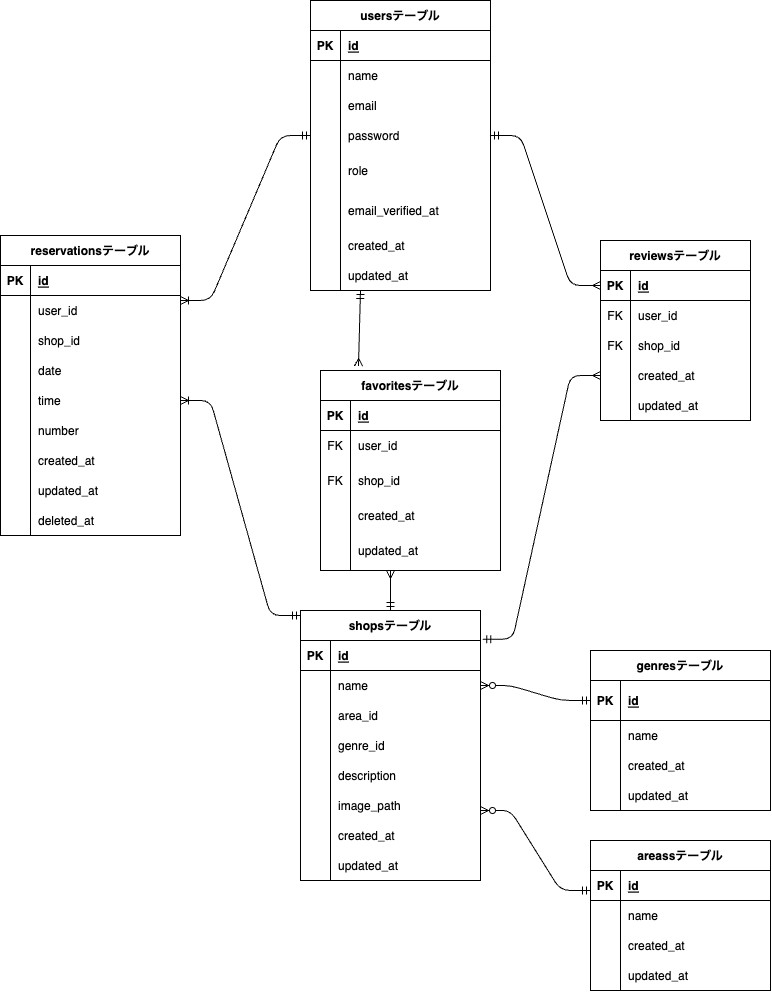
kngshi/sim_rese keeps this draw.io diagram as src/erd.drawio.png. Above is the earlier version. Source tidied: cells renumbered, new cells last; positions are measured from the earlier drawing's top-left corner, leaving out a move shared by most shapes.
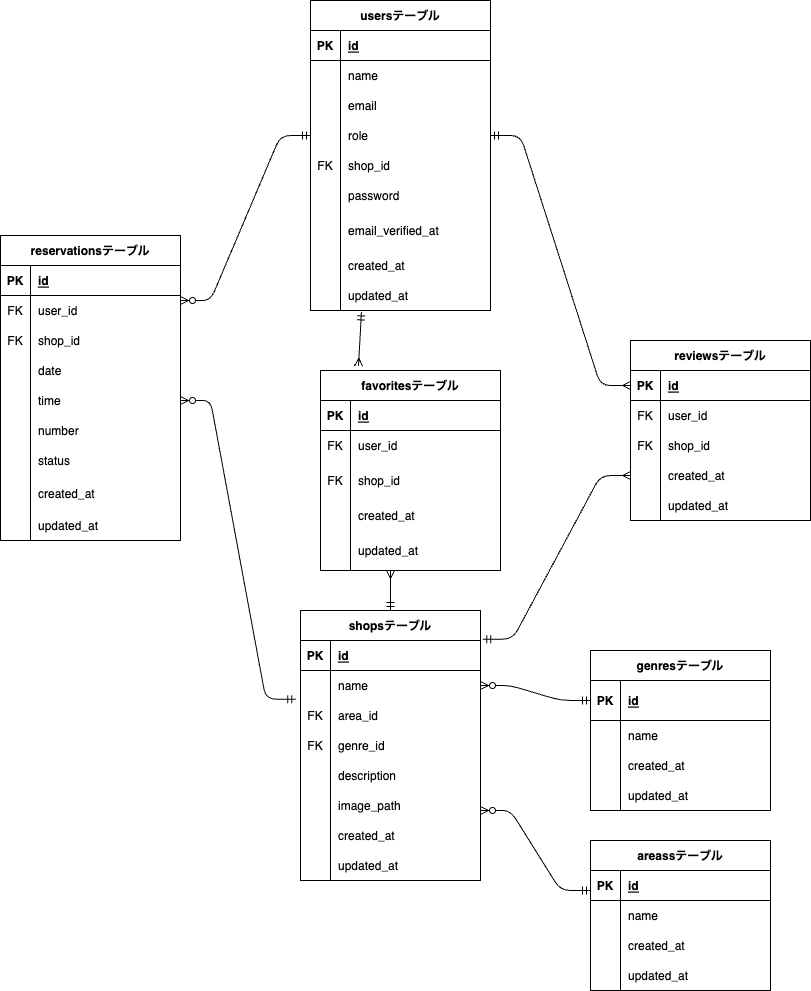
The same diagram one commit later.

The edit, as a diff of the source:
```diff
@@ -3,7 +3,7 @@
     <mxCell id="0" />
     <mxCell id="1" parent="0" />
     <mxCell id="2" value="usersテーブル" style="shape=table;startSize=30;rowLines=0;fontStyle=1;align=center;" parent="1" vertex="1">
-      <mxGeometry x="310" width="180" height="290" as="geometry" />
+      <mxGeometry x="310" width="180" height="310" as="geometry" />
     </mxCell>
     <mxCell id="3" style="shape=tableRow;horizontal=0;startSize=0;swimlaneHead=0;swimlaneBody=0;fillColor=none;top=0;left=0;right=0;bottom=1;" parent="2" vertex="1">
       <mxGeometry y="30" width="180" height="30" as="geometry" />
@@ -38,20 +38,29 @@
     <mxCell id="13" style="shape=partialRectangle;fillColor=none;top=0;left=0;bottom=0;right=0;overflow=hidden;" parent="12" vertex="1">
       <mxGeometry width="30" height="30" as="geometry" />
     </mxCell>
-    <mxCell id="14" value="password" style="shape=partialRectangle;fillColor=none;top=0;left=0;bottom=0;right=0;align=left;spacingLeft=6;overflow=hidden;" parent="12" vertex="1">
+    <mxCell id="14" value="role" style="shape=partialRectangle;fillColor=none;top=0;left=0;bottom=0;right=0;align=left;spacingLeft=6;overflow=hidden;" parent="12" vertex="1">
       <mxGeometry x="30" width="150" height="30" as="geometry" />
     </mxCell>
     <mxCell id="15" style="shape=tableRow;horizontal=0;startSize=0;swimlaneHead=0;swimlaneBody=0;fillColor=none;top=0;left=0;right=0;bottom=0;" parent="2" vertex="1">
-      <mxGeometry y="150" width="180" height="40" as="geometry" />
+      <mxGeometry y="150" width="180" height="30" as="geometry" />
     </mxCell>
-    <mxCell id="16" style="shape=partialRectangle;fillColor=none;top=0;left=0;bottom=0;right=0;overflow=hidden;" parent="15" vertex="1">
-      <mxGeometry width="30" height="40" as="geometry" />
+    <mxCell id="16" value="FK" style="shape=partialRectangle;fillColor=none;top=0;left=0;bottom=0;right=0;overflow=hidden;" parent="15" vertex="1">
+      <mxGeometry width="30" height="30" as="geometry" />
     </mxCell>
-    <mxCell id="17" value="role" style="shape=partialRectangle;fillColor=none;top=0;left=0;bottom=0;right=0;align=left;spacingLeft=6;overflow=hidden;" parent="15" vertex="1">
-      <mxGeometry x="30" width="150" height="40" as="geometry" />
+    <mxCell id="17" value="shop_id" style="shape=partialRectangle;fillColor=none;top=0;left=0;bottom=0;right=0;align=left;spacingLeft=6;overflow=hidden;" parent="15" vertex="1">
+      <mxGeometry x="30" width="150" height="30" as="geometry" />
     </mxCell>
+    <mxCell id="146" style="shape=tableRow;horizontal=0;startSize=0;swimlaneHead=0;swimlaneBody=0;fillColor=none;top=0;left=0;right=0;bottom=0;" parent="2" vertex="1">
+      <mxGeometry y="180" width="180" height="30" as="geometry" />
+    </mxCell>
+    <mxCell id="147" style="shape=partialRectangle;fillColor=none;top=0;left=0;bottom=0;right=0;overflow=hidden;" parent="146" vertex="1">
+      <mxGeometry width="30" height="30" as="geometry" />
+    </mxCell>
+    <mxCell id="148" value="password" style="shape=partialRectangle;fillColor=none;top=0;left=0;bottom=0;right=0;align=left;spacingLeft=6;overflow=hidden;" parent="146" vertex="1">
+      <mxGeometry x="30" width="150" height="30" as="geometry" />
+    </mxCell>
     <mxCell id="18" style="shape=tableRow;horizontal=0;startSize=0;swimlaneHead=0;swimlaneBody=0;fillColor=none;top=0;left=0;right=0;bottom=0;" parent="2" vertex="1">
-      <mxGeometry y="190" width="180" height="40" as="geometry" />
+      <mxGeometry y="210" width="180" height="40" as="geometry" />
     </mxCell>
     <mxCell id="19" style="shape=partialRectangle;fillColor=none;top=0;left=0;bottom=0;right=0;overflow=hidden;" parent="18" vertex="1">
       <mxGeometry width="30" height="40" as="geometry" />
@@ -60,7 +69,7 @@
       <mxGeometry x="30" width="150" height="40" as="geometry" />
     </mxCell>
     <mxCell id="21" style="shape=tableRow;horizontal=0;startSize=0;swimlaneHead=0;swimlaneBody=0;fillColor=none;top=0;left=0;right=0;bottom=0;" parent="2" vertex="1">
-      <mxGeometry y="230" width="180" height="30" as="geometry" />
+      <mxGeometry y="250" width="180" height="30" as="geometry" />
     </mxCell>
     <mxCell id="22" style="shape=partialRectangle;fillColor=none;top=0;left=0;bottom=0;right=0;overflow=hidden;" parent="21" vertex="1">
       <mxGeometry width="30" height="30" as="geometry" />
@@ -69,7 +78,7 @@
       <mxGeometry x="30" width="150" height="30" as="geometry" />
     </mxCell>
     <mxCell id="24" style="shape=tableRow;horizontal=0;startSize=0;swimlaneHead=0;swimlaneBody=0;fillColor=none;points=[[0,0.5],[1,0.5]];portConstraint=eastwest;top=0;left=0;right=0;bottom=0;" parent="2" vertex="1">
-      <mxGeometry y="260" width="180" height="30" as="geometry" />
+      <mxGeometry y="280" width="180" height="30" as="geometry" />
     </mxCell>
     <mxCell id="25" style="shape=partialRectangle;fillColor=none;top=0;left=0;bottom=0;right=0;overflow=hidden;" parent="24" vertex="1">
       <mxGeometry width="30" height="30" as="geometry" />
@@ -156,52 +165,52 @@
       <mxGeometry x="30" width="150" height="30" as="geometry" />
     </mxCell>
     <mxCell id="53" value="reviewsテーブル" style="shape=table;startSize=30;rowLines=0;fontStyle=1;align=center;" parent="1" vertex="1">
-      <mxGeometry x="600" y="240" width="150" height="180" as="geometry" />
+      <mxGeometry x="630" y="340" width="180" height="180" as="geometry" />
     </mxCell>
     <mxCell id="54" style="shape=tableRow;horizontal=0;startSize=0;swimlaneHead=0;swimlaneBody=0;fillColor=none;points=[[0,0.5],[1,0.5]];portConstraint=eastwest;top=0;left=0;right=0;bottom=1;" parent="53" vertex="1">
-      <mxGeometry y="30" width="150" height="30" as="geometry" />
+      <mxGeometry y="30" width="180" height="30" as="geometry" />
     </mxCell>
     <mxCell id="55" value="PK" style="shape=partialRectangle;fillColor=none;top=0;left=0;bottom=0;right=0;fontStyle=1;overflow=hidden;" parent="54" vertex="1">
       <mxGeometry width="30" height="30" as="geometry" />
     </mxCell>
     <mxCell id="56" value="id" style="shape=partialRectangle;fillColor=none;top=0;left=0;bottom=0;right=0;align=left;spacingLeft=6;fontStyle=5;overflow=hidden;" parent="54" vertex="1">
-      <mxGeometry x="30" width="120" height="30" as="geometry" />
+      <mxGeometry x="30" width="150" height="30" as="geometry" />
     </mxCell>
     <mxCell id="57" style="shape=tableRow;horizontal=0;startSize=0;swimlaneHead=0;swimlaneBody=0;fillColor=none;top=0;left=0;right=0;bottom=0;" parent="53" vertex="1">
-      <mxGeometry y="60" width="150" height="30" as="geometry" />
+      <mxGeometry y="60" width="180" height="30" as="geometry" />
     </mxCell>
     <mxCell id="58" value="FK" style="shape=partialRectangle;fillColor=none;top=0;left=0;bottom=0;right=0;overflow=hidden;" parent="57" vertex="1">
       <mxGeometry width="30" height="30" as="geometry" />
     </mxCell>
     <mxCell id="59" value="user_id" style="shape=partialRectangle;fillColor=none;top=0;left=0;bottom=0;right=0;align=left;spacingLeft=6;overflow=hidden;" parent="57" vertex="1">
-      <mxGeometry x="30" width="120" height="30" as="geometry" />
+      <mxGeometry x="30" width="150" height="30" as="geometry" />
     </mxCell>
     <mxCell id="60" style="shape=tableRow;horizontal=0;startSize=0;swimlaneHead=0;swimlaneBody=0;fillColor=none;top=0;left=0;right=0;bottom=0;" parent="53" vertex="1">
-      <mxGeometry y="90" width="150" height="30" as="geometry" />
+      <mxGeometry y="90" width="180" height="30" as="geometry" />
     </mxCell>
     <mxCell id="61" value="FK" style="shape=partialRectangle;fillColor=none;top=0;left=0;bottom=0;right=0;overflow=hidden;" parent="60" vertex="1">
       <mxGeometry width="30" height="30" as="geometry" />
     </mxCell>
     <mxCell id="62" value="shop_id" style="shape=partialRectangle;fillColor=none;top=0;left=0;bottom=0;right=0;align=left;spacingLeft=6;overflow=hidden;" parent="60" vertex="1">
-      <mxGeometry x="30" width="120" height="30" as="geometry" />
+      <mxGeometry x="30" width="150" height="30" as="geometry" />
     </mxCell>
     <mxCell id="63" style="shape=tableRow;horizontal=0;startSize=0;swimlaneHead=0;swimlaneBody=0;fillColor=none;points=[[0,0.5],[1,0.5]];portConstraint=eastwest;top=0;left=0;right=0;bottom=0;" parent="53" vertex="1">
-      <mxGeometry y="120" width="150" height="30" as="geometry" />
+      <mxGeometry y="120" width="180" height="30" as="geometry" />
     </mxCell>
     <mxCell id="64" style="shape=partialRectangle;fillColor=none;top=0;left=0;bottom=0;right=0;overflow=hidden;" parent="63" vertex="1">
       <mxGeometry width="30" height="30" as="geometry" />
     </mxCell>
     <mxCell id="65" value="created_at" style="shape=partialRectangle;fillColor=none;top=0;left=0;bottom=0;right=0;align=left;spacingLeft=6;overflow=hidden;" parent="63" vertex="1">
-      <mxGeometry x="30" width="120" height="30" as="geometry" />
+      <mxGeometry x="30" width="150" height="30" as="geometry" />
     </mxCell>
     <mxCell id="66" style="shape=tableRow;horizontal=0;startSize=0;swimlaneHead=0;swimlaneBody=0;fillColor=none;top=0;left=0;right=0;bottom=0;" parent="53" vertex="1">
-      <mxGeometry y="150" width="150" height="30" as="geometry" />
+      <mxGeometry y="150" width="180" height="30" as="geometry" />
     </mxCell>
     <mxCell id="67" style="shape=partialRectangle;fillColor=none;top=0;left=0;bottom=0;right=0;overflow=hidden;" parent="66" vertex="1">
       <mxGeometry width="30" height="30" as="geometry" />
     </mxCell>
     <mxCell id="68" value="updated_at" style="shape=partialRectangle;fillColor=none;top=0;left=0;bottom=0;right=0;align=left;spacingLeft=6;overflow=hidden;" parent="66" vertex="1">
-      <mxGeometry x="30" width="120" height="30" as="geometry" />
+      <mxGeometry x="30" width="150" height="30" as="geometry" />
     </mxCell>
     <mxCell id="69" value="shopsテーブル" style="shape=table;startSize=30;rowLines=0;fontStyle=1;align=center;" parent="1" vertex="1">
       <mxGeometry x="300" y="610" width="180" height="270" as="geometry" />
@@ -227,7 +236,7 @@
     <mxCell id="76" style="shape=tableRow;horizontal=0;startSize=0;swimlaneHead=0;swimlaneBody=0;fillColor=none;points=[[0,0.5],[1,0.5]];portConstraint=eastwest;top=0;left=0;right=0;bottom=0;" parent="69" vertex="1">
       <mxGeometry y="90" width="180" height="30" as="geometry" />
     </mxCell>
-    <mxCell id="77" style="shape=partialRectangle;fillColor=none;top=0;left=0;bottom=0;right=0;overflow=hidden;" parent="76" vertex="1">
+    <mxCell id="77" value="FK" style="shape=partialRectangle;fillColor=none;top=0;left=0;bottom=0;right=0;overflow=hidden;" parent="76" vertex="1">
       <mxGeometry width="30" height="30" as="geometry" />
     </mxCell>
     <mxCell id="78" value="area_id" style="shape=partialRectangle;fillColor=none;top=0;left=0;bottom=0;right=0;align=left;spacingLeft=6;overflow=hidden;" parent="76" vertex="1">
@@ -236,7 +245,7 @@
     <mxCell id="79" style="shape=tableRow;horizontal=0;startSize=0;swimlaneHead=0;swimlaneBody=0;fillColor=none;top=0;left=0;right=0;bottom=0;" parent="69" vertex="1">
       <mxGeometry y="120" width="180" height="30" as="geometry" />
     </mxCell>
-    <mxCell id="80" style="shape=partialRectangle;fillColor=none;top=0;left=0;bottom=0;right=0;overflow=hidden;" parent="79" vertex="1">
+    <mxCell id="80" value="FK" style="shape=partialRectangle;fillColor=none;top=0;left=0;bottom=0;right=0;overflow=hidden;" parent="79" vertex="1">
       <mxGeometry width="30" height="30" as="geometry" />
     </mxCell>
     <mxCell id="81" value="genre_id" style="shape=partialRectangle;fillColor=none;top=0;left=0;bottom=0;right=0;align=left;spacingLeft=6;overflow=hidden;" parent="79" vertex="1">
@@ -327,7 +336,7 @@
       <mxGeometry x="30" width="150" height="40" as="geometry" />
     </mxCell>
     <mxCell id="110" value="reservationsテーブル" style="shape=table;startSize=30;rowLines=0;fontStyle=1;align=center;" parent="1" vertex="1">
-      <mxGeometry y="235" width="180" height="300" as="geometry" />
+      <mxGeometry y="235" width="180" height="305" as="geometry" />
     </mxCell>
     <mxCell id="111" style="shape=tableRow;horizontal=0;startSize=0;swimlaneHead=0;swimlaneBody=0;fillColor=none;top=0;left=0;right=0;bottom=1;" parent="110" vertex="1">
       <mxGeometry y="30" width="180" height="30" as="geometry" />
@@ -341,7 +350,7 @@
     <mxCell id="114" style="shape=tableRow;horizontal=0;startSize=0;swimlaneHead=0;swimlaneBody=0;fillColor=none;top=0;left=0;right=0;bottom=0;" parent="110" vertex="1">
       <mxGeometry y="60" width="180" height="30" as="geometry" />
     </mxCell>
-    <mxCell id="115" style="shape=partialRectangle;fillColor=none;top=0;left=0;bottom=0;right=0;overflow=hidden;" parent="114" vertex="1">
+    <mxCell id="115" value="FK" style="shape=partialRectangle;fillColor=none;top=0;left=0;bottom=0;right=0;overflow=hidden;" parent="114" vertex="1">
       <mxGeometry width="30" height="30" as="geometry" />
     </mxCell>
     <mxCell id="116" value="user_id" style="shape=partialRectangle;fillColor=none;top=0;left=0;bottom=0;right=0;align=left;spacingLeft=6;overflow=hidden;" parent="114" vertex="1">
@@ -350,7 +359,7 @@
     <mxCell id="117" style="shape=tableRow;horizontal=0;startSize=0;swimlaneHead=0;swimlaneBody=0;fillColor=none;top=0;left=0;right=0;bottom=0;" parent="110" vertex="1">
       <mxGeometry y="90" width="180" height="30" as="geometry" />
     </mxCell>
-    <mxCell id="118" style="shape=partialRectangle;fillColor=none;top=0;left=0;bottom=0;right=0;overflow=hidden;" parent="117" vertex="1">
+    <mxCell id="118" value="FK" style="shape=partialRectangle;fillColor=none;top=0;left=0;bottom=0;right=0;overflow=hidden;" parent="117" vertex="1">
       <mxGeometry width="30" height="30" as="geometry" />
     </mxCell>
     <mxCell id="119" value="shop_id" style="shape=partialRectangle;fillColor=none;top=0;left=0;bottom=0;right=0;align=left;spacingLeft=6;overflow=hidden;" parent="117" vertex="1">
@@ -383,17 +392,26 @@
     <mxCell id="128" value="number" style="shape=partialRectangle;fillColor=none;top=0;left=0;bottom=0;right=0;align=left;spacingLeft=6;overflow=hidden;" parent="126" vertex="1">
       <mxGeometry x="30" width="150" height="30" as="geometry" />
     </mxCell>
+    <mxCell id="149" style="shape=tableRow;horizontal=0;startSize=0;swimlaneHead=0;swimlaneBody=0;fillColor=none;top=0;left=0;right=0;bottom=0;" parent="110" vertex="1">
+      <mxGeometry y="210" width="180" height="30" as="geometry" />
+    </mxCell>
+    <mxCell id="150" style="shape=partialRectangle;fillColor=none;top=0;left=0;bottom=0;right=0;overflow=hidden;" parent="149" vertex="1">
+      <mxGeometry width="30" height="30" as="geometry" />
+    </mxCell>
+    <mxCell id="151" value="status" style="shape=partialRectangle;fillColor=none;top=0;left=0;bottom=0;right=0;align=left;spacingLeft=6;overflow=hidden;" parent="149" vertex="1">
+      <mxGeometry x="30" width="150" height="30" as="geometry" />
+    </mxCell>
     <mxCell id="129" style="shape=tableRow;horizontal=0;startSize=0;swimlaneHead=0;swimlaneBody=0;fillColor=none;top=0;left=0;right=0;bottom=0;" parent="110" vertex="1">
-      <mxGeometry y="210" width="180" height="30" as="geometry" />
+      <mxGeometry y="240" width="180" height="35" as="geometry" />
     </mxCell>
     <mxCell id="130" style="shape=partialRectangle;fillColor=none;top=0;left=0;bottom=0;right=0;overflow=hidden;" parent="129" vertex="1">
-      <mxGeometry width="30" height="30" as="geometry" />
+      <mxGeometry width="30" height="35" as="geometry" />
     </mxCell>
     <mxCell id="131" value="created_at" style="shape=partialRectangle;fillColor=none;top=0;left=0;bottom=0;right=0;align=left;spacingLeft=6;overflow=hidden;" parent="129" vertex="1">
-      <mxGeometry x="30" width="150" height="30" as="geometry" />
+      <mxGeometry x="30" width="150" height="35" as="geometry" />
     </mxCell>
     <mxCell id="132" style="shape=tableRow;horizontal=0;startSize=0;swimlaneHead=0;swimlaneBody=0;fillColor=none;top=0;left=0;right=0;bottom=0;" parent="110" vertex="1">
-      <mxGeometry y="240" width="180" height="30" as="geometry" />
+      <mxGeometry y="275" width="180" height="30" as="geometry" />
     </mxCell>
     <mxCell id="133" style="shape=partialRectangle;fillColor=none;top=0;left=0;bottom=0;right=0;overflow=hidden;" parent="132" vertex="1">
       <mxGeometry width="30" height="30" as="geometry" />
@@ -401,15 +419,6 @@
     <mxCell id="134" value="updated_at" style="shape=partialRectangle;fillColor=none;top=0;left=0;bottom=0;right=0;align=left;spacingLeft=6;overflow=hidden;" parent="132" vertex="1">
       <mxGeometry x="30" width="150" height="30" as="geometry" />
     </mxCell>
-    <mxCell id="135" style="shape=tableRow;horizontal=0;startSize=0;swimlaneHead=0;swimlaneBody=0;fillColor=none;top=0;left=0;right=0;bottom=0;" parent="110" vertex="1">
-      <mxGeometry y="270" width="180" height="30" as="geometry" />
-    </mxCell>
-    <mxCell id="136" style="shape=partialRectangle;fillColor=none;top=0;left=0;bottom=0;right=0;overflow=hidden;" parent="135" vertex="1">
-      <mxGeometry width="30" height="30" as="geometry" />
-    </mxCell>
-    <mxCell id="137" value="deleted_at" style="shape=partialRectangle;fillColor=none;top=0;left=0;bottom=0;right=0;align=left;spacingLeft=6;overflow=hidden;" parent="135" vertex="1">
-      <mxGeometry x="30" width="150" height="30" as="geometry" />
-    </mxCell>
     <mxCell id="138" style="edgeStyle=entityRelationEdgeStyle;fontSize=12;html=1;endArrow=ERmandOne;startArrow=ERzeroToMany;startFill=0;entryX=0;entryY=0.5;entryDx=0;entryDy=0;exitX=1;exitY=0.5;exitDx=0;exitDy=0;" parent="1" edge="1" source="73" target="41">
       <mxGeometry relative="1" as="geometry" />
     </mxCell>
@@ -419,21 +428,18 @@
         <mxPoint x="590" y="890" as="targetPoint" />
       </mxGeometry>
     </mxCell>
-    <mxCell id="140" style="edgeStyle=entityRelationEdgeStyle;fontSize=12;html=1;endArrow=ERmandOne;startArrow=ERoneToMany;entryX=0;entryY=0.5;entryDx=0;entryDy=0;endFill=0;startFill=0;" parent="1" edge="1" target="12">
+    <mxCell id="140" style="edgeStyle=entityRelationEdgeStyle;fontSize=12;html=1;endArrow=ERmandOne;startArrow=ERzeroToMany;entryX=0;entryY=0.5;entryDx=0;entryDy=0;endFill=0;startFill=0;" parent="1" edge="1" target="12">
       <mxGeometry relative="1" as="geometry">
         <mxPoint x="180" y="300" as="sourcePoint" />
       </mxGeometry>
     </mxCell>
-    <mxCell id="141" style="edgeStyle=entityRelationEdgeStyle;fontSize=12;html=1;endArrow=ERmandOne;startArrow=ERoneToMany;endFill=0;startFill=0;" parent="1" edge="1">
+    <mxCell id="141" style="edgeStyle=entityRelationEdgeStyle;fontSize=12;html=1;endArrow=ERmandOne;startArrow=ERzeroToMany;endFill=0;startFill=0;entryX=-0.026;entryY=-0.045;entryDx=0;entryDy=0;entryPerimeter=0;" parent="1" edge="1" target="76">
       <mxGeometry relative="1" as="geometry">
         <mxPoint x="180" y="400" as="sourcePoint" />
-        <mxPoint x="300" y="615" as="targetPoint" />
       </mxGeometry>
     </mxCell>
-    <mxCell id="142" style="endArrow=ERmany;html=1;rounded=0;entryX=0.211;entryY=-0.022;entryDx=0;entryDy=0;entryPerimeter=0;endFill=0;startArrow=ERmandOne;startFill=0;" parent="1" edge="1" target="94">
-      <mxGeometry relative="1" as="geometry">
-        <mxPoint x="360" y="290" as="sourcePoint" />
-      </mxGeometry>
+    <mxCell id="142" style="endArrow=ERmany;html=1;rounded=0;entryX=0.211;entryY=-0.022;entryDx=0;entryDy=0;entryPerimeter=0;endFill=0;startArrow=ERmandOne;startFill=0;exitX=0.283;exitY=1.047;exitDx=0;exitDy=0;exitPerimeter=0;" parent="1" edge="1" source="24" target="94">
+      <mxGeometry relative="1" as="geometry" />
     </mxCell>
     <mxCell id="143" style="endArrow=ERmandOne;html=1;rounded=0;entryX=0.5;entryY=0;entryDx=0;entryDy=0;startArrow=ERmany;startFill=0;endFill=0;" parent="1" edge="1" target="69">
       <mxGeometry relative="1" as="geometry">
```
